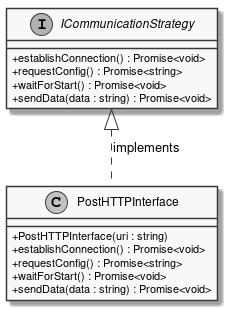
This is documents/sd/resources/Classes/BrowserExtension/BackGround/PostHTTPInterface.png from insightmind/MORR, a PlantUML export, as it was before one commit.
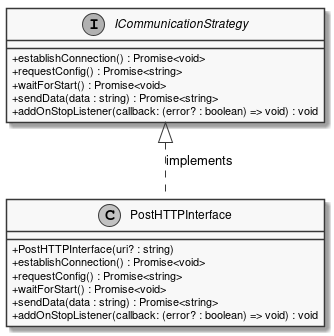
Later version of the same file.

Change to the diagram source:
```diff
@@ -7,14 +7,16 @@
     + establishConnection() : Promise<void>
     + requestConfig() : Promise<string>
     + waitForStart() : Promise<void>
-    + sendData(data : string) : Promise<void>
+    + sendData(data : string) : Promise<string>
+    + addOnStopListener(callback: (error? : boolean) => void) : void
 }
 class PostHTTPInterface {
-    + PostHTTPInterface(uri : string)
+    + PostHTTPInterface(uri? : string)
     + establishConnection() : Promise<void>
     + requestConfig() : Promise<string>
     + waitForStart() : Promise<void>
-    + sendData(data : string) : Promise<void>
+    + sendData(data : string) : Promise<string>
+    + addOnStopListener(callback: (error? : boolean) => void) : void
 }
 PostHTTPInterface .UP.|> ICommunicationStrategy : implements
 @enduml
```
